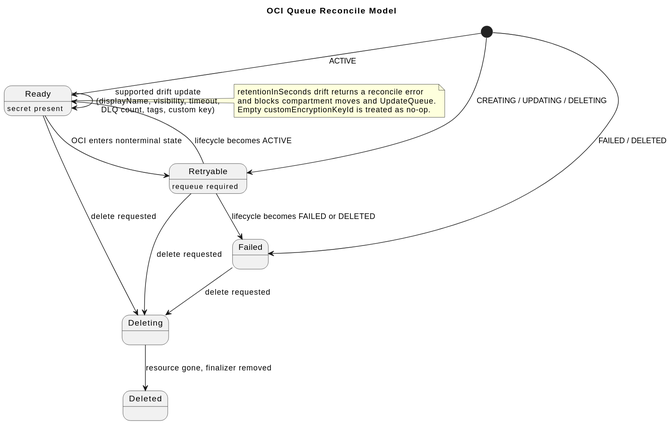
Earlier version of the PlantUML export formal/controllers/oci-queue/diagrams/state-machine.svg (donoftime/oci-service-operator).
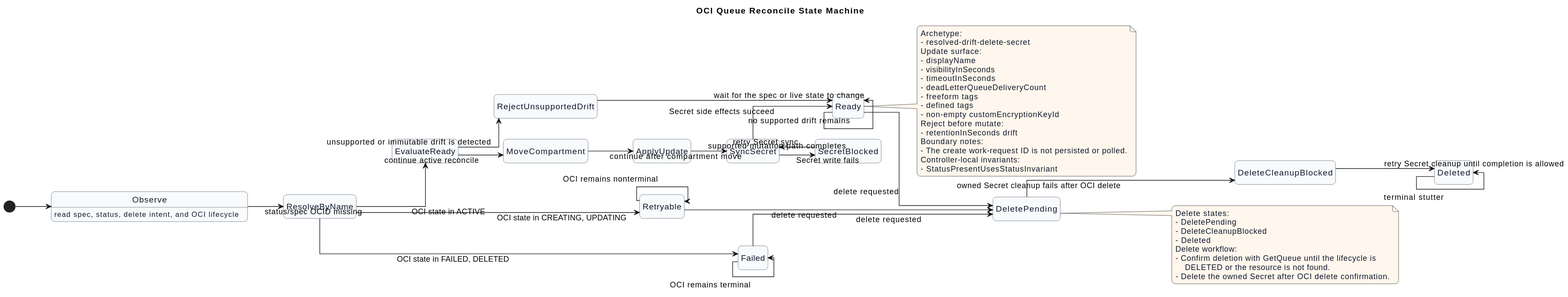
The same diagram one commit later.

Change to the diagram source:
```diff
@@ -1,25 +1,73 @@
 @startuml
-title OCI Queue Reconcile Model
-
-[*] --> Ready : ACTIVE
-[*] --> Retryable : CREATING / UPDATING / DELETING
-[*] --> Failed : FAILED / DELETED
-
-Ready : secret present
-Retryable : requeue required
-
-Ready --> Ready : supported drift update\n(displayName, visibility, timeout,\nDLQ count, tags, custom key)
-Ready --> Retryable : OCI enters nonterminal state
-Retryable --> Ready : lifecycle becomes ACTIVE
-Retryable --> Failed : lifecycle becomes FAILED or DELETED
-Ready --> Deleting : delete requested
-Retryable --> Deleting : delete requested
-Failed --> Deleting : delete requested
-Deleting --> Deleted : resource gone, finalizer removed
+title OCI Queue Reconcile State Machine
+left to right direction
+hide empty description
+skinparam shadowing false
+skinparam linetype ortho
+skinparam roundcorner 12
+skinparam BackgroundColor #FFFFFF
+skinparam defaultTextAlignment left
+skinparam state {
+  BorderColor #475569
+  FontColor #0F172A
+  BackgroundColor #F8FAFC
+}
+skinparam note {
+  BorderColor #B45309
+  BackgroundColor #FFF7ED
+  FontColor #0F172A
+}
+[*] --> Observe
+Observe : read spec, status, delete intent, and OCI lifecycle
+Observe --> ResolveByName : status/spec OCID missing
+ResolveByName --> EvaluateReady : OCI state in ACTIVE
+ResolveByName --> Retryable : OCI state in CREATING, UPDATING
+ResolveByName --> Failed : OCI state in FAILED, DELETED
+EvaluateReady --> RejectUnsupportedDrift : unsupported or immutable drift is detected
+RejectUnsupportedDrift --> Ready : wait for the spec or live state to change
+EvaluateReady --> MoveCompartment : continue active reconcile
+MoveCompartment --> ApplyUpdate : continue after compartment move
+ApplyUpdate --> SyncSecret : supported mutation path completes
+SyncSecret --> SecretBlocked : Secret write fails
+SecretBlocked --> SyncSecret : retry Secret sync
+SyncSecret --> Ready : Secret side effects succeed
+Ready --> Ready : no supported drift remains
+Retryable --> Retryable : OCI remains nonterminal
+Failed --> Failed : OCI remains terminal
+Ready --> DeletePending : delete requested
+Retryable --> DeletePending : delete requested
+Failed --> DeletePending : delete requested
+DeletePending --> DeleteCleanupBlocked : owned Secret cleanup fails after OCI delete
+DeleteCleanupBlocked --> Deleted : retry Secret cleanup until completion is allowed
+Deleted --> Deleted : terminal stutter
 
 note right of Ready
-  retentionInSeconds drift returns a reconcile error
-  and blocks compartment moves and UpdateQueue.
-  Empty customEncryptionKeyId is treated as no-op.
+Archetype:
+- resolved-drift-delete-secret
+Update surface:
+- displayName
+- visibilityInSeconds
+- timeoutInSeconds
+- deadLetterQueueDeliveryCount
+- freeform tags
+- defined tags
+- non-empty customEncryptionKeyId
+Reject before mutate:
+- retentionInSeconds drift
+Boundary notes:
+- The create work-request ID is not persisted or polled.
+Controller-local invariants:
+- StatusPresentUsesStatusInvariant
+end note
+
+note right of DeletePending
+Delete states:
+- DeletePending
+- DeleteCleanupBlocked
+- Deleted
+Delete workflow:
+- Confirm deletion with GetQueue until the lifecycle is
+    DELETED or the resource is not found.
+- Delete the owned Secret after OCI delete confirmation.
 end note
 @enduml
```
